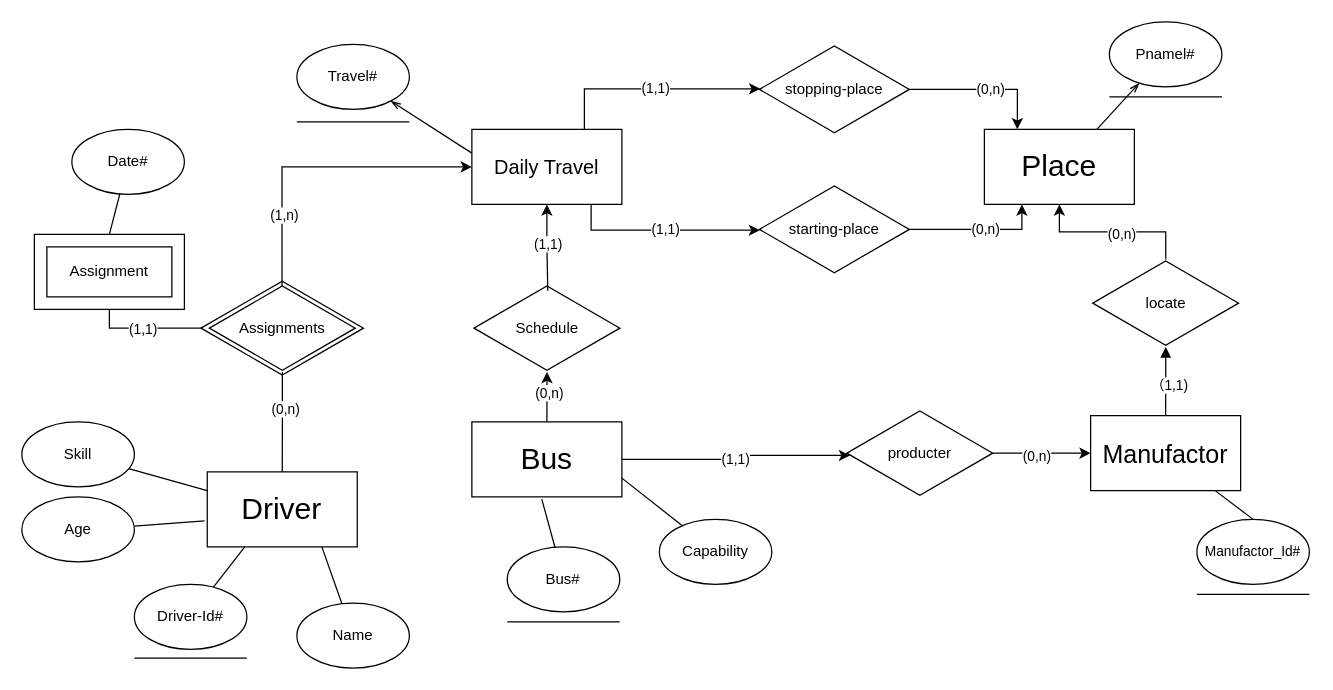
The draw.io diagram page "QA_1" (1 of 2) of databasemgrCourse/assignment1.drawio in turswiming/drawio_file, before the edit. Source tidied: cells renumbered, new cells numbered last; positions are measured from the earlier drawing's top-left corner, leaving out a move shared by most shapes. Both pictures are drawn from the tidied source at 125%, with x=0, y=0 at pixel (21, 21).
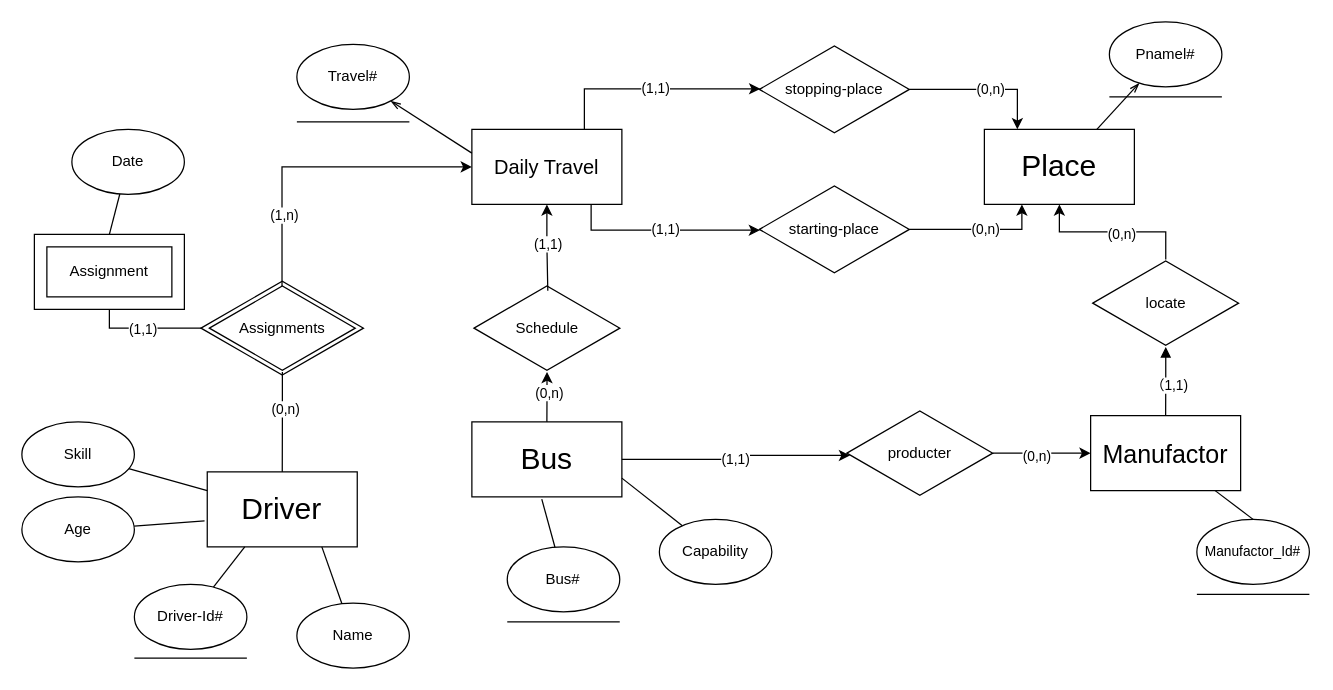
The same page after the edit.

Change to the diagram source:
```diff
@@
-    <mxCell id="33" value="Date#" style="ellipse;whiteSpace=wrap;html=1;" parent="1" vertex="1">
+    <mxCell id="33" value="Date" style="ellipse;whiteSpace=wrap;html=1;" parent="1" vertex="1">
       <mxGeometry x="40" y="86" width="90" height="52" as="geometry" />
     </mxCell>
```
